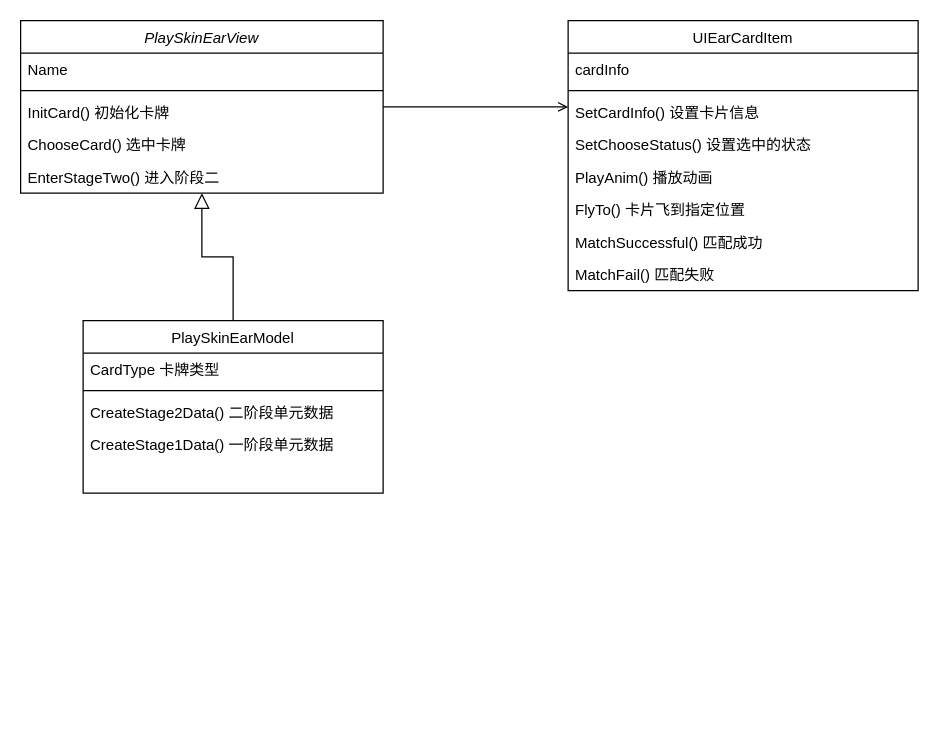
The draw.io diagram Untitled Diagram.drawio in NicoleXiao/Draw, before the edit. Source tidied: cells renumbered, new cells numbered last; positions are measured from the earlier drawing's top-left corner, leaving out a move shared by most shapes. Both pictures are drawn from the tidied source at 125%, with x=0, y=0 at pixel (20, 20).
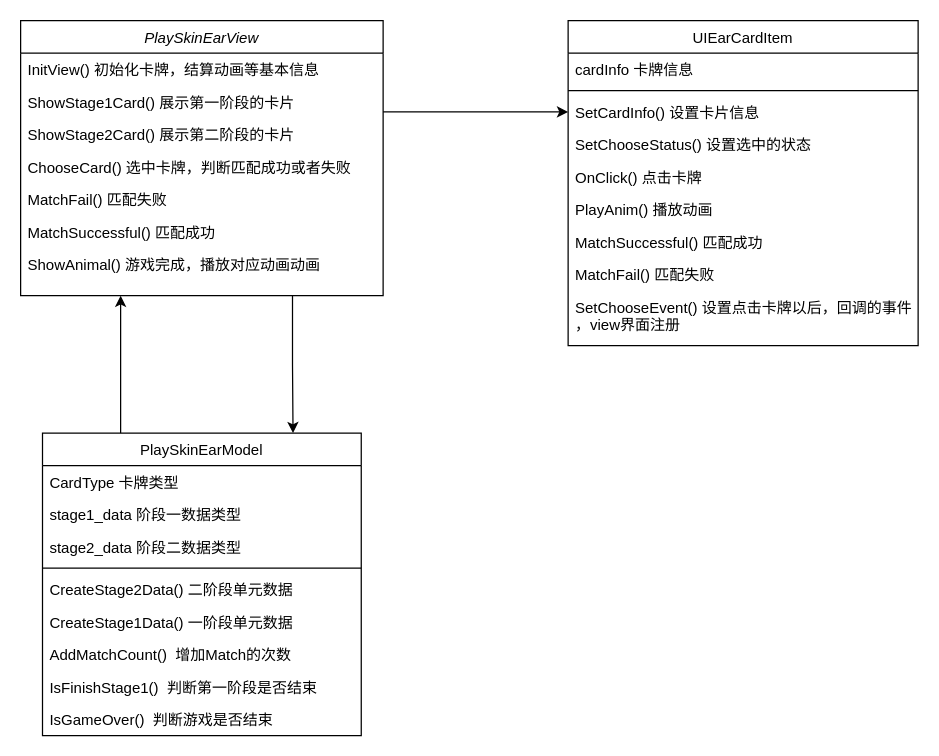
The same page after the edit.

Unchanged cells that the change refers to:
```xml
<mxCell id="17" value="SetCardInfo() 设置卡片信息" style="text;align=left;verticalAlign=top;spacingLeft=4;spacingRight=4;overflow=hidden;points=[[0,0.5],[1,0.5]];portConstraint=eastwest;" parent="14" vertex="1">
  <mxGeometry y="60" width="280" height="26" as="geometry" />
</mxCell>
```

What changed in the source:
```diff
@@
+    <mxCell id="24" style="edgeStyle=orthogonalEdgeStyle;rounded=0;jettySize=auto;html=1;exitX=0.75;exitY=1;exitDx=0;exitDy=0;entryX=0.786;entryY=0;entryDx=0;entryDy=0;entryPerimeter=0;" parent="1" edge="1" source="2" target="8">
+      <mxGeometry relative="1" as="geometry" />
+    </mxCell>
     <mxCell id="2" value="PlaySkinEarView" style="swimlane;fontStyle=2;align=center;verticalAlign=top;horizontal=1;startSize=26;rounded=0;shadow=0;strokeWidth=1;" parent="1" vertex="1">
-      <mxGeometry width="290" height="138" as="geometry" />
+      <mxGeometry width="290" height="220" as="geometry" />
     </mxCell>
-    <mxCell id="3" value="Name" style="text;align=left;verticalAlign=top;spacingLeft=4;spacingRight=4;overflow=hidden;" parent="2" vertex="1">
-      <mxGeometry y="26" width="290" height="26" as="geometry" />
-    </mxCell>
-    <mxCell id="4" style="line;html=1;strokeWidth=1;align=left;verticalAlign=middle;spacingTop=-1;spacingLeft=3;spacingRight=3;labelPosition=right;" parent="2" vertex="1">
-      <mxGeometry y="52" width="290" height="8" as="geometry" />
-    </mxCell>
-    <mxCell id="5" value="InitCard() 初始化卡牌" style="text;align=left;verticalAlign=top;spacingLeft=4;spacingRight=4;overflow=hidden;" parent="2" vertex="1">
-      <mxGeometry y="60" width="290" height="26" as="geometry" />
-    </mxCell>
+    <mxCell id="25" value="InitView() 初始化卡牌，结算动画等基本信息" style="text;align=left;verticalAlign=top;spacingLeft=4;spacingRight=4;overflow=hidden;" parent="2" vertex="1">
+      <mxGeometry y="26" width="290" height="26" as="geometry" />
+    </mxCell>
+    <mxCell id="26" value="ShowStage1Card() 展示第一阶段的卡片" style="text;align=left;verticalAlign=top;spacingLeft=4;spacingRight=4;overflow=hidden;points=[[0,0.5],[1,0.5]];portConstraint=eastwest;" parent="2" vertex="1">
+      <mxGeometry y="52" width="290" height="26" as="geometry" />
+    </mxCell>
+    <mxCell id="27" value="ShowStage2Card() 展示第二阶段的卡片" style="text;align=left;verticalAlign=top;spacingLeft=4;spacingRight=4;overflow=hidden;" parent="2" vertex="1">
+      <mxGeometry y="78" width="290" height="26" as="geometry" />
+    </mxCell>
-    <mxCell id="6" value="ChooseCard() 选中卡牌" style="text;align=left;verticalAlign=top;spacingLeft=4;spacingRight=4;overflow=hidden;" parent="2" vertex="1">
-      <mxGeometry y="86" width="290" height="26" as="geometry" />
+    <mxCell id="6" value="ChooseCard() 选中卡牌，判断匹配成功或者失败" style="text;align=left;verticalAlign=top;spacingLeft=4;spacingRight=4;overflow=hidden;" parent="2" vertex="1">
+      <mxGeometry y="104" width="290" height="26" as="geometry" />
     </mxCell>
+    <mxCell id="28" value="MatchFail() 匹配失败" style="text;align=left;verticalAlign=top;spacingLeft=4;spacingRight=4;overflow=hidden;" parent="2" vertex="1">
+      <mxGeometry y="130" width="290" height="26" as="geometry" />
+    </mxCell>
+    <mxCell id="29" value="MatchSuccessful() 匹配成功" style="text;align=left;verticalAlign=top;spacingLeft=4;spacingRight=4;overflow=hidden;" parent="2" vertex="1">
+      <mxGeometry y="156" width="290" height="26" as="geometry" />
+    </mxCell>
-    <mxCell id="7" value="EnterStageTwo() 进入阶段二" style="text;align=left;verticalAlign=top;spacingLeft=4;spacingRight=4;overflow=hidden;" parent="2" vertex="1">
-      <mxGeometry y="112" width="290" height="26" as="geometry" />
+    <mxCell id="7" value="ShowAnimal() 游戏完成，播放对应动画动画" style="text;align=left;verticalAlign=top;spacingLeft=4;spacingRight=4;overflow=hidden;" parent="2" vertex="1">
+      <mxGeometry y="182" width="290" height="26" as="geometry" />
     </mxCell>
+    <mxCell id="30" style="edgeStyle=orthogonalEdgeStyle;rounded=0;jettySize=auto;html=1;" parent="1" edge="1" source="8">
+      <mxGeometry relative="1" as="geometry">
+        <mxPoint x="80" y="220" as="targetPoint" />
+        <Array as="points">
+          <mxPoint x="80" y="220" />
+        </Array>
+      </mxGeometry>
+    </mxCell>
     <mxCell id="8" value="PlaySkinEarModel" style="swimlane;fontStyle=0;align=center;verticalAlign=top;horizontal=1;startSize=26;rounded=0;shadow=0;strokeWidth=1;" parent="1" vertex="1">
-      <mxGeometry x="50" y="240" width="240" height="138" as="geometry" />
+      <mxGeometry x="17.5" y="330" width="255" height="242" as="geometry" />
     </mxCell>
+    <mxCell id="31" value="CardType 卡牌类型" style="text;align=left;verticalAlign=top;spacingLeft=4;spacingRight=4;overflow=hidden;" parent="8" vertex="1">
+      <mxGeometry y="26" width="255" height="26" as="geometry" />
+    </mxCell>
+    <mxCell id="32" value="stage1_data 阶段一数据类型" style="text;align=left;verticalAlign=top;spacingLeft=4;spacingRight=4;overflow=hidden;" parent="8" vertex="1">
+      <mxGeometry y="52" width="255" height="26" as="geometry" />
+    </mxCell>
-    <mxCell id="9" value="CardType 卡牌类型" style="text;align=left;verticalAlign=top;spacingLeft=4;spacingRight=4;overflow=hidden;" parent="8" vertex="1">
-      <mxGeometry y="26" width="240" height="26" as="geometry" />
+    <mxCell id="9" value="stage2_data 阶段二数据类型" style="text;align=left;verticalAlign=top;spacingLeft=4;spacingRight=4;overflow=hidden;" parent="8" vertex="1">
+      <mxGeometry y="78" width="255" height="26" as="geometry" />
     </mxCell>
     <mxCell id="10" style="line;html=1;strokeWidth=1;align=left;verticalAlign=middle;spacingTop=-1;spacingLeft=3;spacingRight=3;labelPosition=right;" parent="8" vertex="1">
-      <mxGeometry y="52" width="240" height="8" as="geometry" />
+      <mxGeometry y="104" width="255" height="8" as="geometry" />
     </mxCell>
     <mxCell id="11" value="CreateStage2Data() 二阶段单元数据" style="text;align=left;verticalAlign=top;spacingLeft=4;spacingRight=4;overflow=hidden;fontStyle=0;" parent="8" vertex="1">
-      <mxGeometry y="60" width="240" height="26" as="geometry" />
+      <mxGeometry y="112" width="255" height="26" as="geometry" />
     </mxCell>
     <mxCell id="12" value="CreateStage1Data() 一阶段单元数据" style="text;align=left;verticalAlign=top;spacingLeft=4;spacingRight=4;overflow=hidden;fontStyle=0;" parent="8" vertex="1">
-      <mxGeometry y="86" width="240" height="26" as="geometry" />
+      <mxGeometry y="138" width="255" height="26" as="geometry" />
     </mxCell>
-    <mxCell id="13" style="endArrow=block;endSize=10;endFill=0;shadow=0;strokeWidth=1;rounded=0;edgeStyle=elbowEdgeStyle;elbow=vertical;" parent="1" edge="1" source="8" target="2">
-      <mxGeometry relative="1" as="geometry" />
-    </mxCell>
+    <mxCell id="33" value="AddMatchCount()  增加Match的次数" style="text;align=left;verticalAlign=top;spacingLeft=4;spacingRight=4;overflow=hidden;fontStyle=0;" parent="8" vertex="1">
+      <mxGeometry y="164" width="255" height="26" as="geometry" />
+    </mxCell>
+    <mxCell id="34" value="IsFinishStage1()  判断第一阶段是否结束" style="text;align=left;verticalAlign=top;spacingLeft=4;spacingRight=4;overflow=hidden;fontStyle=0;" parent="8" vertex="1">
+      <mxGeometry y="190" width="255" height="26" as="geometry" />
+    </mxCell>
+    <mxCell id="35" value="IsGameOver()  判断游戏是否结束" style="text;align=left;verticalAlign=top;spacingLeft=4;spacingRight=4;overflow=hidden;fontStyle=0;" parent="8" vertex="1">
+      <mxGeometry y="216" width="255" height="26" as="geometry" />
+    </mxCell>
     <mxCell id="14" value="UIEarCardItem" style="swimlane;fontStyle=0;align=center;verticalAlign=top;horizontal=1;startSize=26;rounded=0;shadow=0;strokeWidth=1;" parent="1" vertex="1">
-      <mxGeometry x="438" width="280" height="216" as="geometry" />
+      <mxGeometry x="438" width="280" height="260" as="geometry" />
     </mxCell>
-    <mxCell id="15" value="cardInfo" style="text;align=left;verticalAlign=top;spacingLeft=4;spacingRight=4;overflow=hidden;rounded=0;shadow=0;html=0;" parent="14" vertex="1">
+    <mxCell id="15" value="cardInfo 卡牌信息" style="text;align=left;verticalAlign=top;spacingLeft=4;spacingRight=4;overflow=hidden;rounded=0;shadow=0;html=0;" parent="14" vertex="1">
       <mxGeometry y="26" width="280" height="26" as="geometry" />
     </mxCell>
@@
+    <mxCell id="36" value="SetChooseStatus() 设置选中的状态&#10;" style="text;align=left;verticalAlign=top;spacingLeft=4;spacingRight=4;overflow=hidden;" parent="14" vertex="1">
+      <mxGeometry y="86" width="280" height="26" as="geometry" />
+    </mxCell>
-    <mxCell id="18" value="SetChooseStatus() 设置选中的状态&#10;" style="text;align=left;verticalAlign=top;spacingLeft=4;spacingRight=4;overflow=hidden;" parent="14" vertex="1">
-      <mxGeometry y="86" width="280" height="26" as="geometry" />
+    <mxCell id="18" value="OnClick() 点击卡牌&#10;" style="text;align=left;verticalAlign=top;spacingLeft=4;spacingRight=4;overflow=hidden;" parent="14" vertex="1">
+      <mxGeometry y="112" width="280" height="26" as="geometry" />
     </mxCell>
     <mxCell id="19" value="PlayAnim() 播放动画" style="text;align=left;verticalAlign=top;spacingLeft=4;spacingRight=4;overflow=hidden;" parent="14" vertex="1">
-      <mxGeometry y="112" width="280" height="26" as="geometry" />
+      <mxGeometry y="138" width="280" height="26" as="geometry" />
     </mxCell>
-    <mxCell id="20" value="FlyTo() 卡片飞到指定位置" style="text;align=left;verticalAlign=top;spacingLeft=4;spacingRight=4;overflow=hidden;" parent="14" vertex="1">
-      <mxGeometry y="138" width="280" height="26" as="geometry" />
-    </mxCell>
@@
+    <mxCell id="37" value="MatchFail() 匹配失败" style="text;align=left;verticalAlign=top;spacingLeft=4;spacingRight=4;overflow=hidden;" parent="14" vertex="1">
+      <mxGeometry y="190" width="280" height="26" as="geometry" />
+    </mxCell>
-    <mxCell id="22" value="MatchFail() 匹配失败" style="text;align=left;verticalAlign=top;spacingLeft=4;spacingRight=4;overflow=hidden;" parent="14" vertex="1">
-      <mxGeometry y="190" width="280" height="26" as="geometry" />
+    <mxCell id="22" value="SetChooseEvent() 设置点击卡牌以后，回调的事件&#10;，view界面注册" style="text;align=left;verticalAlign=top;spacingLeft=4;spacingRight=4;overflow=hidden;" parent="14" vertex="1">
+      <mxGeometry y="216" width="280" height="44" as="geometry" />
     </mxCell>
-    <mxCell id="23" style="endArrow=open;shadow=0;strokeWidth=1;rounded=0;endFill=1;edgeStyle=elbowEdgeStyle;elbow=vertical;" parent="1" edge="1" source="2" target="14">
-      <mxGeometry x="0.5" y="41" relative="1" as="geometry">
-        <mxPoint x="-40" y="32" as="offset" />
-      </mxGeometry>
-    </mxCell>
+    <mxCell id="38" style="edgeStyle=orthogonalEdgeStyle;rounded=0;jettySize=auto;html=1;entryX=0;entryY=0.5;entryDx=0;entryDy=0;" parent="1" edge="1" source="26" target="17">
+      <mxGeometry relative="1" as="geometry">
+        <Array as="points">
+          <mxPoint x="310" y="73" />
+          <mxPoint x="310" y="73" />
+        </Array>
+      </mxGeometry>
+    </mxCell>
```
